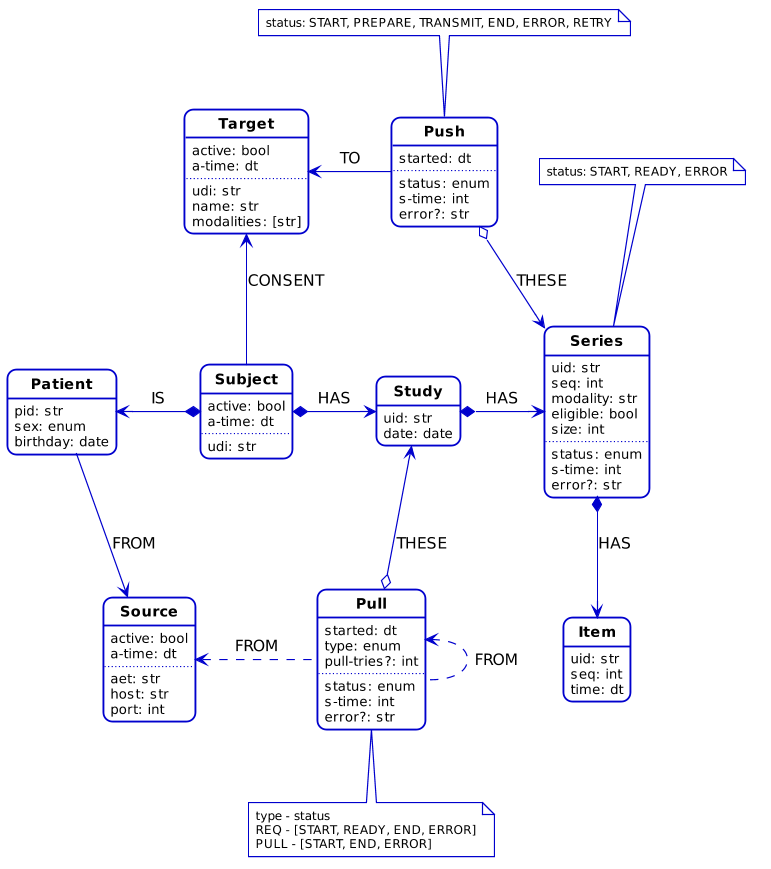
Before: docs/pull-push.png, a diagram exported from PlantUML (shumy-tools/cad-proxy).
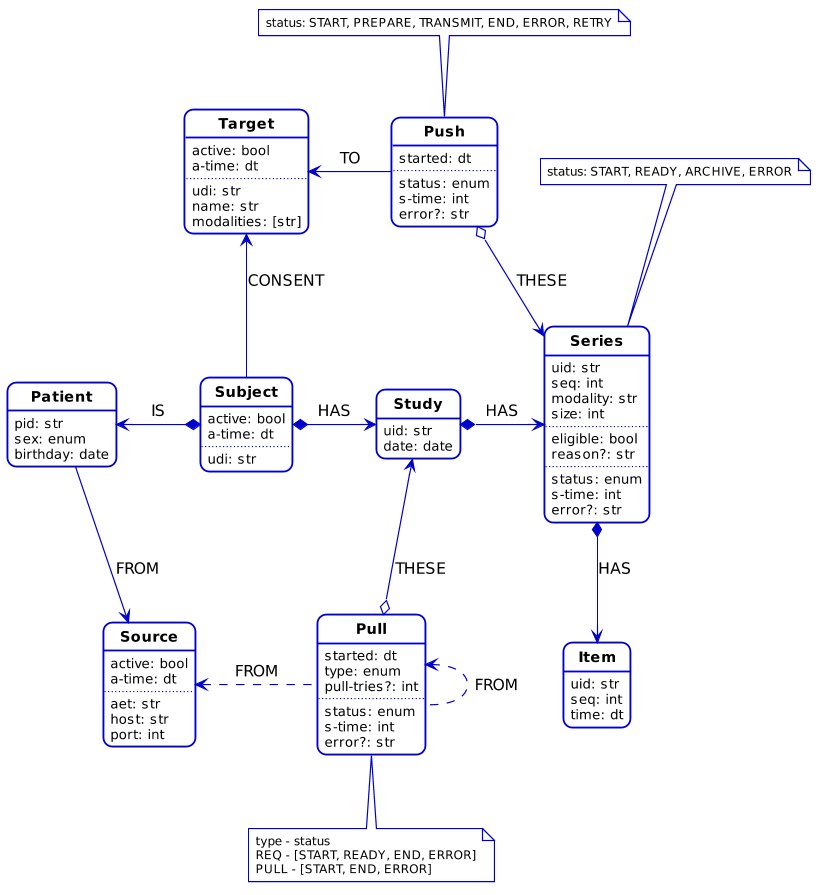
After the commit.

What changed in the source:
```diff
@@ -75,15 +75,17 @@
   uid: str
   seq: int
   modality: str
+  size: int
+  ..
   eligible: bool
-  size: int
+  reason?: str
   ..
   status: enum
   s-time: int
   error?: str
 }
 note top
-  status: START, READY, ERROR
+  status: START, READY, ARCHIVE, ERROR
 end note
 
 class Item {
```
